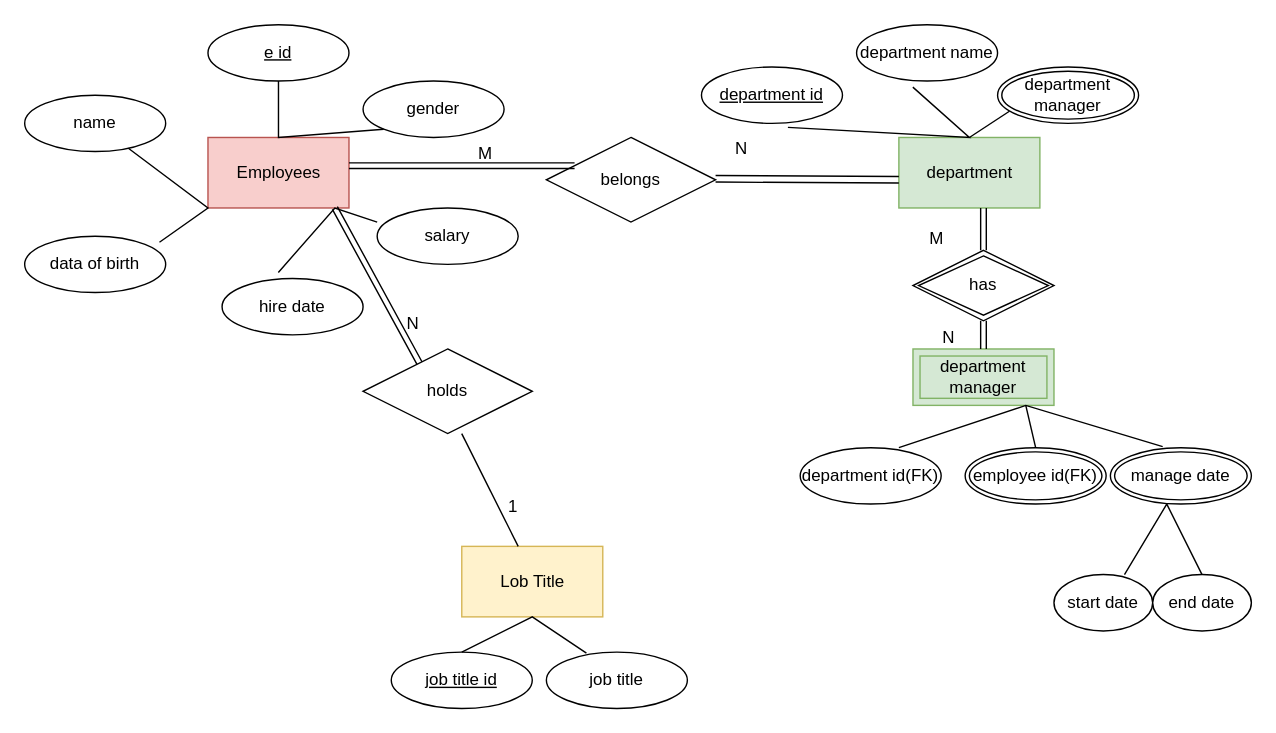
This is page "Page-1 rough idea" (1 of 2) of Untitled Diagram.drawio from eminishimoto/db_ca1, a draw.io file, before an edit. Source tidied: cells renumbered, new cells numbered last; positions are measured from the earlier drawing's top-left corner, leaving out a move shared by most shapes. Both pictures are drawn from the tidied source at 141%, with x=0, y=0 at pixel (24, 24).
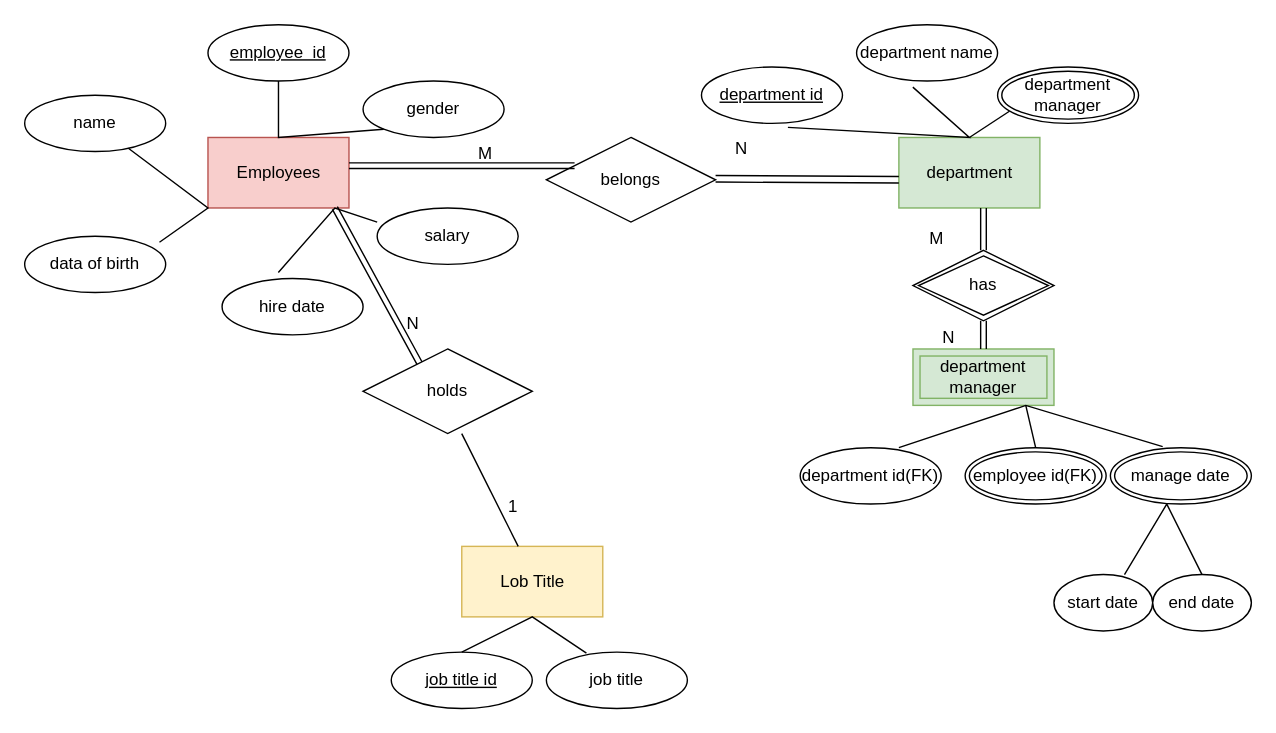
The same diagram, later.

Diff of the diagram source:
```diff
@@
-    <mxCell id="5" value="e id" style="ellipse;whiteSpace=wrap;html=1;align=center;fontStyle=4;" parent="1" vertex="1">
+    <mxCell id="5" value="employee&amp;nbsp; id" style="ellipse;whiteSpace=wrap;html=1;align=center;fontStyle=4;" parent="1" vertex="1">
       <mxGeometry x="130" width="100" height="40" as="geometry" />
     </mxCell>
```
